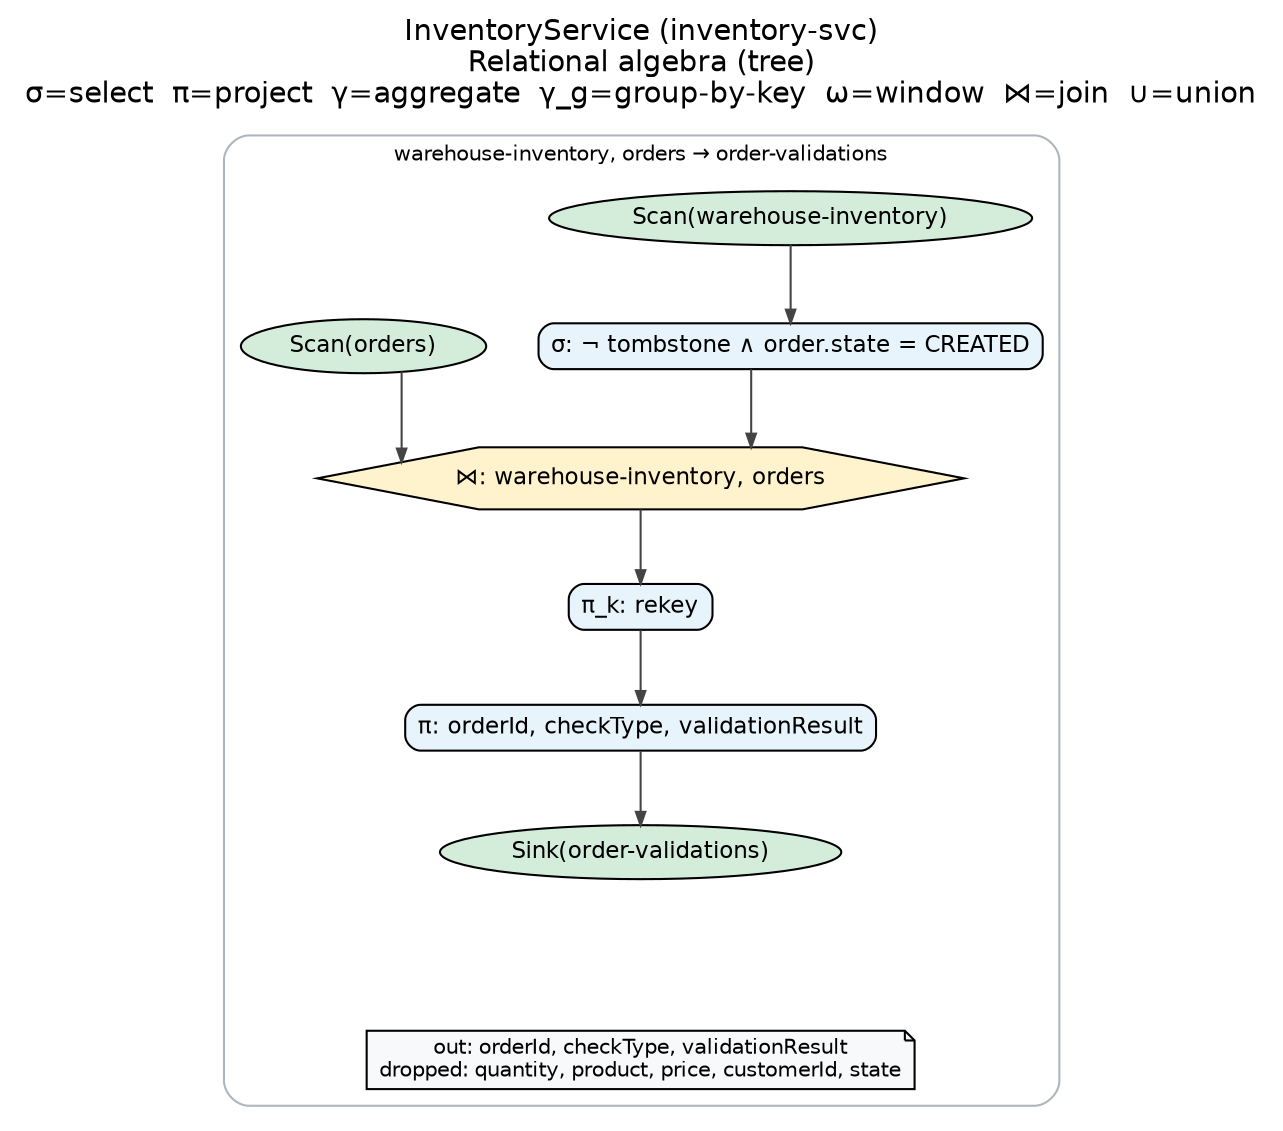
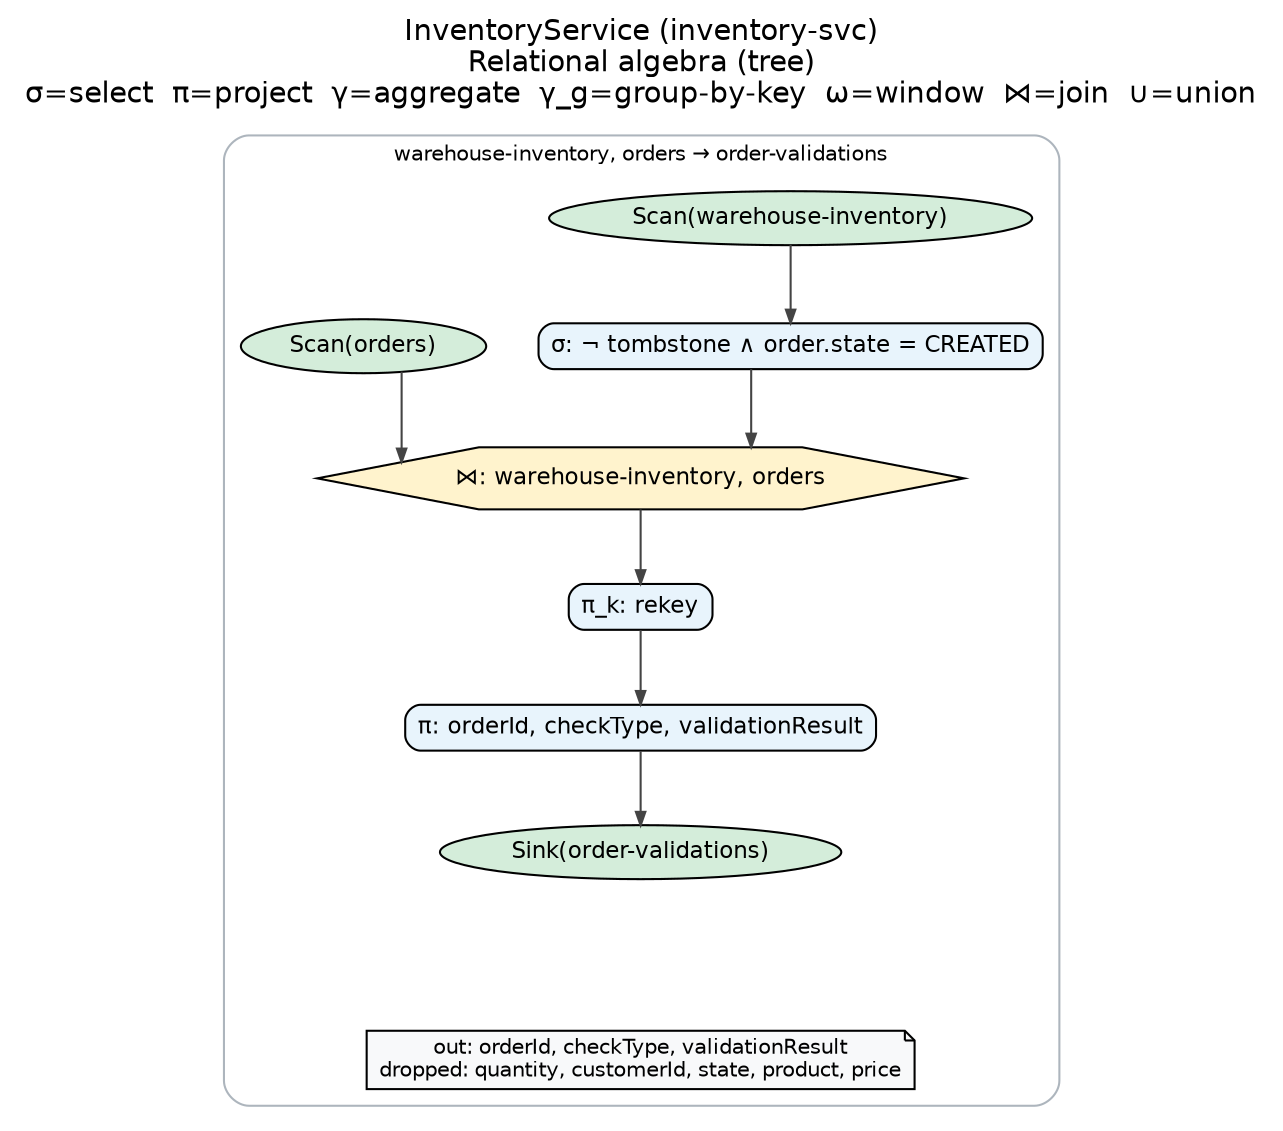
digraph ra {
  graph [rankdir=TB, bgcolor="white", fontname="Helvetica", splines=ortho, nodesep=0.35, ranksep=0.5, ordering="out"];
  node [fontname="Helvetica", fontsize=11, style=filled, height=0.3, margin="0.08,0.04"];
  edge [fontname="Helvetica", color="#444444", arrowsize=0.65];
  label="InventoryService (inventory-svc)\nRelational algebra (tree)\nσ=select  π=project  γ=aggregate  γ_g=group-by-key  ω=window  ⋈=join  ∪=union";
  labelloc=t;
  fontsize=14;
  subgraph cluster_0 {
    label="warehouse-inventory, orders → order-validations"; style=rounded; color="#adb5bd"; fontsize=10;
    p0_sink_order_validations [label="Sink(order-validations)", shape=ellipse, style="filled", fillcolor="#d4edda"];
    p0_pi_orderid_1 [label="π: orderId, checkType, validationResult", shape=box, style="rounded,filled", fillcolor="#e8f4fc"];
    p0_rekey_selectkey_2 [label="π_k: rekey", shape=box, style="rounded,filled", fillcolor="#e8f4fc"];
    p0_join_3 [label="⋈: warehouse-inventory, orders", shape=hexagon, style="filled", fillcolor="#fff3cd"];
    p0_sigma_tombstone_order__4 [label="σ: ¬ tombstone ∧ order.state = CREATED", shape=box, style="rounded,filled", fillcolor="#e8f4fc"];
    p0_scan_warehouse_inventory [label="Scan(warehouse-inventory)", shape=ellipse, style="filled", fillcolor="#d4edda"];
    p0_scan_warehouse_inventory -> p0_sigma_tombstone_order__4;
    p0_sigma_tombstone_order__4 -> p0_join_3;
    p0_scan_orders [label="Scan(orders)", shape=ellipse, style="filled", fillcolor="#d4edda"];
    p0_scan_orders -> p0_join_3;
    { rank=same; p0_sigma_tombstone_order__4; p0_scan_orders; }
    p0_join_3 -> p0_rekey_selectkey_2;
    p0_rekey_selectkey_2 -> p0_pi_orderid_1;
    p0_pi_orderid_1 -> p0_sink_order_validations;
    r0anchor [style=invis, width=0, height=0, label=""];
    p0_sink_order_validations -> r0anchor [style=invis];
    r0anchor -> r0note [style=invis];
-     r0note [label="out: orderId, checkType, validationResult\ndropped: quantity, product, price, customerId, state", shape=note, fillcolor="#f8f9fa", fontsize=10];
+     r0note [label="out: orderId, checkType, validationResult\ndropped: quantity, customerId, state, product, price", shape=note, fillcolor="#f8f9fa", fontsize=10];
    { rank=max; r0note; }
  }
}